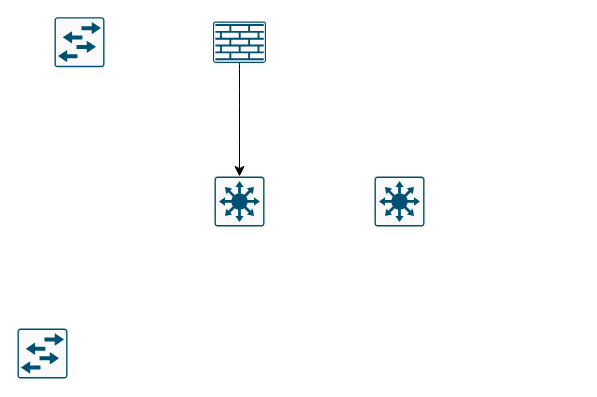
Before: 恒大智慧小区.drawio in iskerwin/draw, a draw.io diagram. Source tidied: cells renumbered, new cells numbered last; positions are measured from the earlier drawing's top-left corner, leaving out a move shared by most shapes. Both pictures are drawn from the tidied source at 100%, with x=0, y=0 at pixel (17, 17).
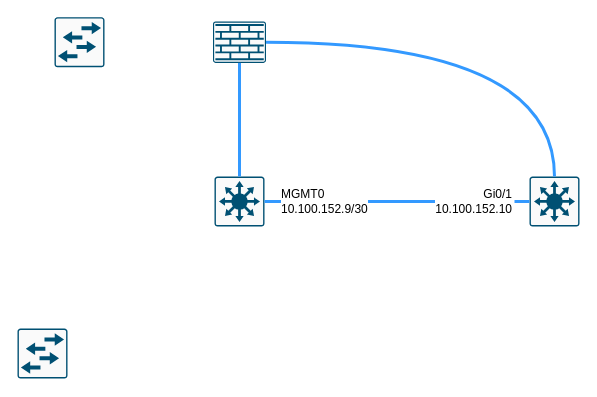
Above is the later version.

Commit message (it also covers changes not shown here):
更新恒大智慧小区.drawio

Diff of the diagram source:
```diff
@@
 <mxGraphModel>
   <root>
     <mxCell id="0" />
     <mxCell id="1" parent="0" />
     <mxCell id="2" style="sketch=0;points=[[0.015,0.015,0],[0.985,0.015,0],[0.985,0.985,0],[0.015,0.985,0],[0.25,0,0],[0.5,0,0],[0.75,0,0],[1,0.25,0],[1,0.5,0],[1,0.75,0],[0.75,1,0],[0.5,1,0],[0.25,1,0],[0,0.75,0],[0,0.5,0],[0,0.25,0]];verticalLabelPosition=bottom;html=1;verticalAlign=top;align=center;shape=mxgraph.cisco19.rect;prIcon=l3_switch;fillColor=#FAFAFA;strokeColor=#005073;" parent="1" vertex="1">
       <mxGeometry x="197" y="159" width="50" height="50" as="geometry" />
     </mxCell>
     <mxCell id="3" style="sketch=0;points=[[0.015,0.015,0],[0.985,0.015,0],[0.985,0.985,0],[0.015,0.985,0],[0.25,0,0],[0.5,0,0],[0.75,0,0],[1,0.25,0],[1,0.5,0],[1,0.75,0],[0.75,1,0],[0.5,1,0],[0.25,1,0],[0,0.75,0],[0,0.5,0],[0,0.25,0]];verticalLabelPosition=bottom;html=1;verticalAlign=top;align=center;shape=mxgraph.cisco19.rect;prIcon=l3_switch;fillColor=#FAFAFA;strokeColor=#005073;" parent="1" vertex="1">
-      <mxGeometry x="357" y="159" width="50" height="50" as="geometry" />
+      <mxGeometry x="512" y="159" width="50" height="50" as="geometry" />
     </mxCell>
     <mxCell id="4" style="sketch=0;points=[[0.015,0.015,0],[0.985,0.015,0],[0.985,0.985,0],[0.015,0.985,0],[0.25,0,0],[0.5,0,0],[0.75,0,0],[1,0.25,0],[1,0.5,0],[1,0.75,0],[0.75,1,0],[0.5,1,0],[0.25,1,0],[0,0.75,0],[0,0.5,0],[0,0.25,0]];verticalLabelPosition=bottom;html=1;verticalAlign=top;align=center;shape=mxgraph.cisco19.rect;prIcon=firewall;fillColor=#FAFAFA;strokeColor=#005073;" parent="1" vertex="1">
       <mxGeometry x="195.5" y="4" width="53" height="41.4" as="geometry" />
     </mxCell>
     <mxCell id="5" style="sketch=0;verticalLabelPosition=bottom;html=1;verticalAlign=top;align=center;shape=mxgraph.cisco19.rect;prIcon=workgroup_switch;fillColor=#FAFAFA;strokeColor=#005073;" parent="1" vertex="1">
       <mxGeometry x="37" y="-0.3" width="50" height="50" as="geometry" />
     </mxCell>
     <mxCell id="6" style="sketch=0;verticalLabelPosition=bottom;html=1;verticalAlign=top;align=center;shape=mxgraph.cisco19.rect;prIcon=workgroup_switch;fillColor=#FAFAFA;strokeColor=#005073;" parent="1" vertex="1">
       <mxGeometry y="311" width="50" height="50" as="geometry" />
     </mxCell>
-    <mxCell id="7" style="edgeStyle=none;curved=1;rounded=0;jettySize=auto;html=1;exitX=0.5;exitY=1;exitDx=0;exitDy=0;exitPerimeter=0;entryX=0.5;entryY=0;entryDx=0;entryDy=0;entryPerimeter=0;fontSize=12;startSize=8;endSize=8;" parent="1" edge="1" source="4" target="2">
+    <mxCell id="7" style="edgeStyle=orthogonalEdgeStyle;curved=1;rounded=0;jettySize=auto;html=1;exitX=0.5;exitY=1;exitDx=0;exitDy=0;exitPerimeter=0;entryX=0.5;entryY=0;entryDx=0;entryDy=0;entryPerimeter=0;fontSize=12;startSize=8;endSize=8;endArrow=none;endFill=0;strokeColor=#3399FF;strokeWidth=3;" parent="1" edge="1" source="4" target="2">
       <mxGeometry relative="1" as="geometry" />
     </mxCell>
+    <mxCell id="8" style="edgeStyle=none;shape=connector;curved=1;rounded=0;jettySize=auto;html=1;exitX=1;exitY=0.5;exitDx=0;exitDy=0;exitPerimeter=0;entryX=0;entryY=0.5;entryDx=0;entryDy=0;entryPerimeter=0;strokeColor=#3399FF;strokeWidth=3;align=center;verticalAlign=middle;fontFamily=Helvetica;fontSize=12;fontColor=default;labelBackgroundColor=default;startSize=8;endArrow=none;endFill=0;endSize=8;" parent="1" edge="1" source="11" target="3">
+      <mxGeometry relative="1" as="geometry" />
+    </mxCell>
+    <mxCell id="9" style="edgeStyle=orthogonalEdgeStyle;shape=connector;curved=1;rounded=0;jettySize=auto;html=1;exitX=1;exitY=0.5;exitDx=0;exitDy=0;exitPerimeter=0;entryX=0.5;entryY=0;entryDx=0;entryDy=0;entryPerimeter=0;strokeColor=#3399FF;strokeWidth=3;align=center;verticalAlign=middle;fontFamily=Helvetica;fontSize=12;fontColor=default;labelBackgroundColor=default;startSize=8;endArrow=none;endFill=0;endSize=8;" parent="1" edge="1" source="4" target="3">
+      <mxGeometry relative="1" as="geometry" />
+    </mxCell>
+    <mxCell id="10" style="edgeStyle=none;shape=connector;curved=1;rounded=0;jettySize=auto;html=1;exitX=1;exitY=0.5;exitDx=0;exitDy=0;exitPerimeter=0;entryX=0;entryY=0.5;entryDx=0;entryDy=0;entryPerimeter=0;strokeColor=#3399FF;strokeWidth=3;align=center;verticalAlign=middle;fontFamily=Helvetica;fontSize=12;fontColor=default;labelBackgroundColor=default;startSize=8;endArrow=none;endFill=0;endSize=8;" parent="1" edge="1" source="2" target="11">
+      <mxGeometry relative="1" as="geometry" />
+    </mxCell>
+    <mxCell id="11" value="Gi0/1&lt;div&gt;10.100.152.10&lt;/div&gt;" style="text;html=1;align=right;verticalAlign=middle;whiteSpace=wrap;rounded=0;fontSize=12;fontFamily=Helvetica;fontColor=default;labelBackgroundColor=default;" parent="1" vertex="1">
+      <mxGeometry x="437" y="169" width="60" height="30" as="geometry" />
+    </mxCell>
+    <mxCell id="12" value="MGMT0&lt;div&gt;10.100.152.9/30&lt;/div&gt;" style="text;html=1;align=left;verticalAlign=middle;whiteSpace=wrap;rounded=0;fontSize=12;fontFamily=Helvetica;fontColor=default;labelBackgroundColor=default;" parent="1" vertex="1">
+      <mxGeometry x="262" y="169" width="85" height="30" as="geometry" />
+    </mxCell>
   </root>
 </mxGraphModel>
```
